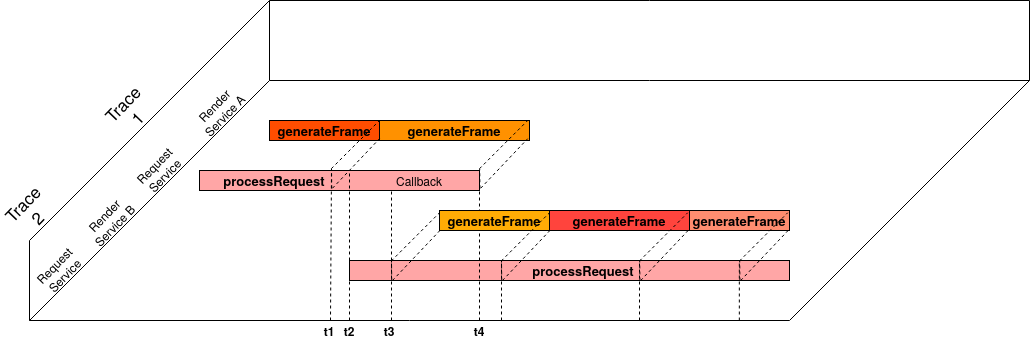
This is img/Design/3D-Flammengraph-Vergleich.png from Soockee/bachelor-thesis, a draw.io export, as it was before one commit. Source tidied: cells renumbered, new cells last; positions are measured from the earlier drawing's top-left corner, leaving out a move shared by most shapes.
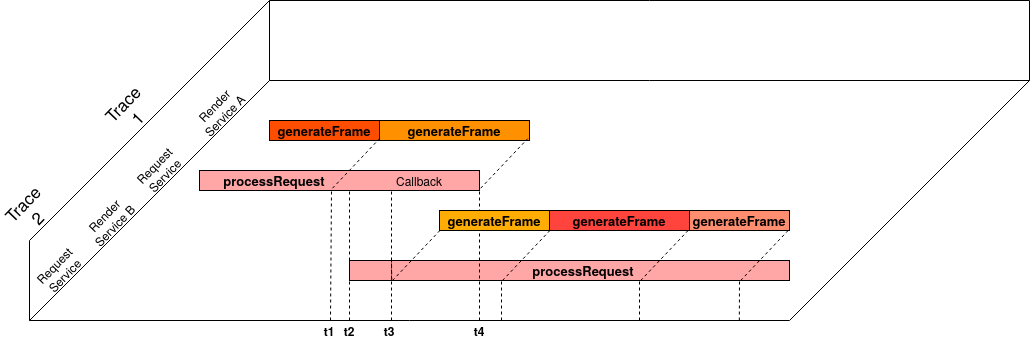
The same file after the commit.

Change to the diagram source:
```diff
@@ -98,7 +98,7 @@
     <mxCell id="23" style="endArrow=none;dashed=1;html=1;" parent="1" edge="1">
       <mxGeometry relative="1" as="geometry">
         <mxPoint x="340" y="320" as="sourcePoint" />
-        <mxPoint x="340" y="170" as="targetPoint" />
+        <mxPoint x="340" y="190" as="targetPoint" />
       </mxGeometry>
     </mxCell>
     <mxCell id="24" value="&lt;b style=&quot;font-size: 13px;&quot;&gt;generateFrame&lt;/b&gt;" style="rounded=0;whiteSpace=wrap;html=1;fillColor=#FFAC05;fontSize=13;" parent="1" vertex="1">
@@ -110,42 +110,18 @@
     <mxCell id="26" value="Render Service B" style="text;html=1;strokeColor=none;fillColor=none;align=center;verticalAlign=middle;whiteSpace=wrap;rounded=0;rotation=314;fontSize=12;" parent="1" vertex="1">
       <mxGeometry x="70" y="210" width="60" height="20" as="geometry" />
     </mxCell>
-    <mxCell id="27" style="endArrow=none;dashed=1;html=1;exitX=0.952;exitY=0.978;exitDx=0;exitDy=0;exitPerimeter=0;" parent="1" edge="1">
-      <mxGeometry relative="1" as="geometry">
-        <mxPoint x="630.4" y="280" as="sourcePoint" />
-        <mxPoint x="630.2" y="260.4" as="targetPoint" />
-      </mxGeometry>
-    </mxCell>
     <mxCell id="28" style="endArrow=none;dashed=1;html=1;exitX=0.954;exitY=0.978;exitDx=0;exitDy=0;exitPerimeter=0;" parent="1" edge="1">
       <mxGeometry relative="1" as="geometry">
         <mxPoint x="631.2" y="280" as="sourcePoint" />
         <mxPoint x="678.2" y="230.4" as="targetPoint" />
       </mxGeometry>
     </mxCell>
-    <mxCell id="29" style="endArrow=none;dashed=1;html=1;exitX=0.113;exitY=-0.091;exitDx=0;exitDy=0;exitPerimeter=0;" parent="1" edge="1">
-      <mxGeometry relative="1" as="geometry">
-        <mxPoint x="630" y="260.4" as="sourcePoint" />
-        <mxPoint x="678.2" y="212.3" as="targetPoint" />
-      </mxGeometry>
-    </mxCell>
-    <mxCell id="30" style="endArrow=none;dashed=1;html=1;exitX=0.952;exitY=0.978;exitDx=0;exitDy=0;exitPerimeter=0;" parent="1" edge="1">
-      <mxGeometry relative="1" as="geometry">
-        <mxPoint x="492.2" y="280" as="sourcePoint" />
-        <mxPoint x="492" y="260.4" as="targetPoint" />
-      </mxGeometry>
-    </mxCell>
     <mxCell id="31" style="endArrow=none;dashed=1;html=1;exitX=0.954;exitY=0.978;exitDx=0;exitDy=0;exitPerimeter=0;" parent="1" edge="1">
       <mxGeometry relative="1" as="geometry">
         <mxPoint x="493" y="280" as="sourcePoint" />
         <mxPoint x="540" y="230.4" as="targetPoint" />
       </mxGeometry>
     </mxCell>
-    <mxCell id="32" style="endArrow=none;dashed=1;html=1;exitX=0.113;exitY=-0.091;exitDx=0;exitDy=0;exitPerimeter=0;" parent="1" edge="1">
-      <mxGeometry relative="1" as="geometry">
-        <mxPoint x="491.8" y="260.4" as="sourcePoint" />
-        <mxPoint x="540" y="212.3" as="targetPoint" />
-      </mxGeometry>
-    </mxCell>
     <mxCell id="33" style="endArrow=none;dashed=1;html=1;exitX=0.952;exitY=0.978;exitDx=0;exitDy=0;exitPerimeter=0;" parent="1" edge="1">
       <mxGeometry relative="1" as="geometry">
         <mxPoint x="382.2" y="280" as="sourcePoint" />
@@ -158,66 +134,24 @@
         <mxPoint x="430" y="230.4" as="targetPoint" />
       </mxGeometry>
     </mxCell>
-    <mxCell id="35" style="endArrow=none;dashed=1;html=1;exitX=0.113;exitY=-0.091;exitDx=0;exitDy=0;exitPerimeter=0;" parent="1" edge="1">
-      <mxGeometry relative="1" as="geometry">
-        <mxPoint x="381.8" y="260.4" as="sourcePoint" />
-        <mxPoint x="430" y="212.3" as="targetPoint" />
-      </mxGeometry>
-    </mxCell>
-    <mxCell id="36" style="endArrow=none;dashed=1;html=1;exitX=0.952;exitY=0.978;exitDx=0;exitDy=0;exitPerimeter=0;" parent="1" edge="1">
-      <mxGeometry relative="1" as="geometry">
-        <mxPoint x="730.4" y="280" as="sourcePoint" />
-        <mxPoint x="730.2" y="260.4" as="targetPoint" />
-      </mxGeometry>
-    </mxCell>
     <mxCell id="37" style="endArrow=none;dashed=1;html=1;exitX=0.954;exitY=0.978;exitDx=0;exitDy=0;exitPerimeter=0;" parent="1" edge="1">
       <mxGeometry relative="1" as="geometry">
         <mxPoint x="731.2" y="280" as="sourcePoint" />
         <mxPoint x="778.2" y="230.4" as="targetPoint" />
       </mxGeometry>
     </mxCell>
-    <mxCell id="38" style="endArrow=none;dashed=1;html=1;exitX=0.113;exitY=-0.091;exitDx=0;exitDy=0;exitPerimeter=0;" parent="1" edge="1">
-      <mxGeometry relative="1" as="geometry">
-        <mxPoint x="730" y="260.4" as="sourcePoint" />
-        <mxPoint x="778.2" y="212.3" as="targetPoint" />
-      </mxGeometry>
-    </mxCell>
-    <mxCell id="39" style="endArrow=none;dashed=1;html=1;exitX=0.952;exitY=0.978;exitDx=0;exitDy=0;exitPerimeter=0;" parent="1" edge="1">
-      <mxGeometry relative="1" as="geometry">
-        <mxPoint x="470.4" y="187.7" as="sourcePoint" />
-        <mxPoint x="470.2" y="168.2" as="targetPoint" />
-      </mxGeometry>
-    </mxCell>
     <mxCell id="40" style="endArrow=none;dashed=1;html=1;exitX=0.954;exitY=0.978;exitDx=0;exitDy=0;exitPerimeter=0;" parent="1" edge="1">
       <mxGeometry relative="1" as="geometry">
         <mxPoint x="471.2" y="187.7" as="sourcePoint" />
         <mxPoint x="518.2" y="138.2" as="targetPoint" />
       </mxGeometry>
     </mxCell>
-    <mxCell id="41" style="endArrow=none;dashed=1;html=1;exitX=0.113;exitY=-0.091;exitDx=0;exitDy=0;exitPerimeter=0;" parent="1" edge="1">
-      <mxGeometry relative="1" as="geometry">
-        <mxPoint x="470" y="168.2" as="sourcePoint" />
-        <mxPoint x="518.2" y="120" as="targetPoint" />
-      </mxGeometry>
-    </mxCell>
-    <mxCell id="42" style="endArrow=none;dashed=1;html=1;exitX=0.952;exitY=0.978;exitDx=0;exitDy=0;exitPerimeter=0;" parent="1" edge="1">
-      <mxGeometry relative="1" as="geometry">
-        <mxPoint x="322.2" y="187.7" as="sourcePoint" />
-        <mxPoint x="322" y="168.2" as="targetPoint" />
-      </mxGeometry>
-    </mxCell>
     <mxCell id="43" style="endArrow=none;dashed=1;html=1;exitX=0.954;exitY=0.978;exitDx=0;exitDy=0;exitPerimeter=0;" parent="1" edge="1">
       <mxGeometry relative="1" as="geometry">
         <mxPoint x="323" y="187.7" as="sourcePoint" />
         <mxPoint x="370" y="138.2" as="targetPoint" />
       </mxGeometry>
     </mxCell>
-    <mxCell id="44" style="endArrow=none;dashed=1;html=1;exitX=0.113;exitY=-0.091;exitDx=0;exitDy=0;exitPerimeter=0;" parent="1" edge="1">
-      <mxGeometry relative="1" as="geometry">
-        <mxPoint x="321.8" y="168.2" as="sourcePoint" />
-        <mxPoint x="370" y="120" as="targetPoint" />
-      </mxGeometry>
-    </mxCell>
     <mxCell id="45" style="endArrow=none;dashed=1;html=1;" parent="1" edge="1">
       <mxGeometry relative="1" as="geometry">
         <mxPoint x="382" y="320" as="sourcePoint" />
@@ -227,25 +161,25 @@
     <mxCell id="46" style="endArrow=none;dashed=1;html=1;" parent="1" edge="1">
       <mxGeometry relative="1" as="geometry">
         <mxPoint x="492" y="320" as="sourcePoint" />
-        <mxPoint x="492" y="260" as="targetPoint" />
+        <mxPoint x="492" y="280" as="targetPoint" />
       </mxGeometry>
     </mxCell>
     <mxCell id="47" style="endArrow=none;dashed=1;html=1;" parent="1" edge="1">
       <mxGeometry relative="1" as="geometry">
         <mxPoint x="630" y="320" as="sourcePoint" />
-        <mxPoint x="630" y="260" as="targetPoint" />
+        <mxPoint x="630" y="280" as="targetPoint" />
       </mxGeometry>
     </mxCell>
     <mxCell id="48" style="endArrow=none;dashed=1;html=1;" parent="1" edge="1">
       <mxGeometry relative="1" as="geometry">
         <mxPoint x="729.8" y="320" as="sourcePoint" />
-        <mxPoint x="729.8" y="260" as="targetPoint" />
+        <mxPoint x="730" y="280" as="targetPoint" />
       </mxGeometry>
     </mxCell>
     <mxCell id="49" style="endArrow=none;dashed=1;html=1;" parent="1" edge="1">
       <mxGeometry relative="1" as="geometry">
         <mxPoint x="321" y="320" as="sourcePoint" />
-        <mxPoint x="322" y="170" as="targetPoint" />
+        <mxPoint x="322" y="190" as="targetPoint" />
       </mxGeometry>
     </mxCell>
     <mxCell id="50" value="&lt;b&gt;t1&lt;/b&gt;" style="text;html=1;strokeColor=none;fillColor=none;align=center;verticalAlign=middle;whiteSpace=wrap;rounded=0;fontSize=12;" parent="1" vertex="1">
```
